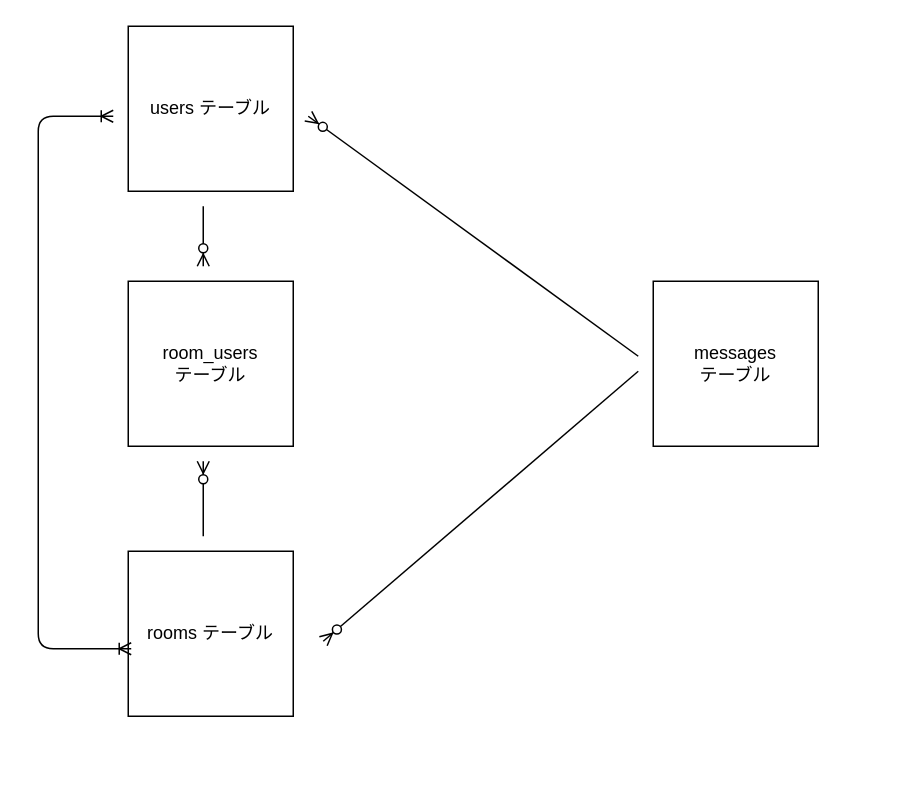
Above: ER図.dio in tomotim/chat-app (draw.io), before the change. Source tidied: cells renumbered, new cells numbered last; positions are measured from the earlier drawing's top-left corner, leaving out a move shared by most shapes. Both pictures are drawn from the tidied source at 150%, with x=0, y=0 at pixel (38, 26).
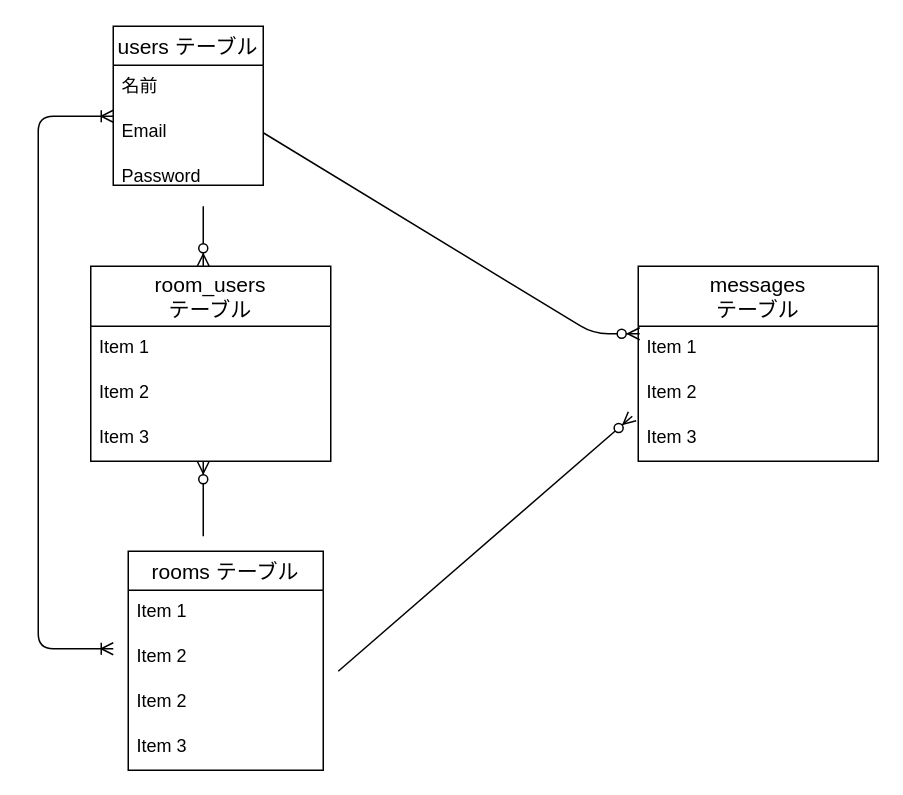
After the change.

Change to the diagram source:
```diff
@@
-    <mxCell id="2" value="users テーブル" style="whiteSpace=wrap;html=1;" parent="1" vertex="1">
-      <mxGeometry x="60" width="110" height="110" as="geometry" />
-    </mxCell>
-    <mxCell id="3" value="messages&lt;br&gt;テーブル" style="whiteSpace=wrap;html=1;" parent="1" vertex="1">
-      <mxGeometry x="410" y="170" width="110" height="110" as="geometry" />
-    </mxCell>
-    <mxCell id="4" value="room_users&lt;br&gt;テーブル" style="whiteSpace=wrap;html=1;" parent="1" vertex="1">
-      <mxGeometry x="60" y="170" width="110" height="110" as="geometry" />
-    </mxCell>
-    <mxCell id="5" value="rooms テーブル" style="whiteSpace=wrap;html=1;" parent="1" vertex="1">
-      <mxGeometry x="60" y="350" width="110" height="110" as="geometry" />
-    </mxCell>
@@
-    <mxCell id="8" style="fontSize=12;html=1;endArrow=ERoneToMany;startArrow=ERoneToMany;exitX=0.018;exitY=0.591;exitDx=0;exitDy=0;exitPerimeter=0;" parent="1" edge="1" source="5">
+    <mxCell id="8" style="fontSize=12;html=1;endArrow=ERoneToMany;startArrow=ERoneToMany;" parent="1" edge="1">
       <mxGeometry relative="1" as="geometry">
+        <mxPoint x="50" y="415" as="sourcePoint" />
         <mxPoint x="50" y="60" as="targetPoint" />
         <Array as="points">
           <mxPoint y="415" />
           <mxPoint y="60" />
         </Array>
       </mxGeometry>
     </mxCell>
-    <mxCell id="9" style="fontSize=12;html=1;endArrow=ERzeroToMany;endFill=1;" parent="1" edge="1">
+    <mxCell id="9" style="fontSize=12;html=1;endArrow=ERzeroToMany;endFill=1;entryX=-0.025;entryY=0;entryDx=0;entryDy=0;entryPerimeter=0;" parent="1" edge="1" target="23">
       <mxGeometry relative="1" as="geometry">
-        <mxPoint x="400" y="230" as="sourcePoint" />
-        <mxPoint x="190" y="410" as="targetPoint" />
+        <mxPoint x="200" y="430" as="sourcePoint" />
       </mxGeometry>
     </mxCell>
+    <mxCell id="2" value="users テーブル" style="swimlane;fontStyle=0;horizontal=1;startSize=26;align=center;fontSize=14;" parent="1" vertex="1">
+      <mxGeometry x="50" width="100" height="106" as="geometry" />
+    </mxCell>
+    <mxCell id="11" value="名前&#10;" style="text;strokeColor=none;fillColor=none;spacingLeft=4;spacingRight=4;overflow=hidden;fontSize=12;" parent="2" vertex="1">
+      <mxGeometry y="26" width="100" height="30" as="geometry" />
+    </mxCell>
+    <mxCell id="12" value="Email" style="text;strokeColor=none;fillColor=none;spacingLeft=4;spacingRight=4;overflow=hidden;points=[[0,0.5],[1,0.5]];portConstraint=eastwest;fontSize=12;" parent="2" vertex="1">
+      <mxGeometry y="56" width="100" height="30" as="geometry" />
+    </mxCell>
+    <mxCell id="13" value="Password" style="text;strokeColor=none;fillColor=none;spacingLeft=4;spacingRight=4;overflow=hidden;fontSize=12;" parent="2" vertex="1">
+      <mxGeometry y="86" width="100" height="20" as="geometry" />
+    </mxCell>
+    <mxCell id="4" value="room_users&#10;テーブル" style="swimlane;fontStyle=0;horizontal=1;startSize=40;align=center;fontSize=14;" parent="1" vertex="1">
+      <mxGeometry x="35" y="160" width="160" height="130" as="geometry" />
+    </mxCell>
+    <mxCell id="14" value="Item 1" style="text;strokeColor=none;fillColor=none;spacingLeft=4;spacingRight=4;overflow=hidden;fontSize=12;" parent="4" vertex="1">
+      <mxGeometry y="40" width="160" height="30" as="geometry" />
+    </mxCell>
+    <mxCell id="15" value="Item 2" style="text;strokeColor=none;fillColor=none;spacingLeft=4;spacingRight=4;overflow=hidden;fontSize=12;" parent="4" vertex="1">
+      <mxGeometry y="70" width="160" height="30" as="geometry" />
+    </mxCell>
+    <mxCell id="16" value="Item 3" style="text;strokeColor=none;fillColor=none;spacingLeft=4;spacingRight=4;overflow=hidden;fontSize=12;" parent="4" vertex="1">
+      <mxGeometry y="100" width="160" height="30" as="geometry" />
+    </mxCell>
+    <mxCell id="5" value="rooms テーブル" style="swimlane;fontStyle=0;horizontal=1;startSize=26;align=center;fontSize=14;" parent="1" vertex="1">
+      <mxGeometry x="60" y="350" width="130" height="146" as="geometry" />
+    </mxCell>
+    <mxCell id="17" value="Item 1" style="text;strokeColor=none;fillColor=none;spacingLeft=4;spacingRight=4;overflow=hidden;fontSize=12;" parent="5" vertex="1">
+      <mxGeometry y="26" width="130" height="30" as="geometry" />
+    </mxCell>
+    <mxCell id="18" value="Item 2" style="text;strokeColor=none;fillColor=none;spacingLeft=4;spacingRight=4;overflow=hidden;fontSize=12;" parent="5" vertex="1">
+      <mxGeometry y="56" width="130" height="30" as="geometry" />
+    </mxCell>
+    <mxCell id="19" value="Item 2" style="text;strokeColor=none;fillColor=none;spacingLeft=4;spacingRight=4;overflow=hidden;fontSize=12;" parent="5" vertex="1">
+      <mxGeometry y="86" width="130" height="30" as="geometry" />
+    </mxCell>
+    <mxCell id="20" value="Item 3" style="text;strokeColor=none;fillColor=none;spacingLeft=4;spacingRight=4;overflow=hidden;fontSize=12;" parent="5" vertex="1">
+      <mxGeometry y="116" width="130" height="30" as="geometry" />
+    </mxCell>
+    <mxCell id="3" value="messages&#10;テーブル" style="swimlane;fontStyle=0;horizontal=1;startSize=40;align=center;fontSize=14;" parent="1" vertex="1">
+      <mxGeometry x="400" y="160" width="160" height="130" as="geometry" />
+    </mxCell>
+    <mxCell id="21" value="Item 1" style="text;strokeColor=none;fillColor=none;spacingLeft=4;spacingRight=4;overflow=hidden;points=[[0,0.5],[1,0.5]];portConstraint=eastwest;fontSize=12;" parent="3" vertex="1">
+      <mxGeometry y="40" width="160" height="30" as="geometry" />
+    </mxCell>
+    <mxCell id="22" value="Item 2" style="text;strokeColor=none;fillColor=none;spacingLeft=4;spacingRight=4;overflow=hidden;fontSize=12;" parent="3" vertex="1">
+      <mxGeometry y="70" width="160" height="30" as="geometry" />
+    </mxCell>
+    <mxCell id="23" value="Item 3" style="text;strokeColor=none;fillColor=none;spacingLeft=4;spacingRight=4;overflow=hidden;points=[[0,0.5],[1,0.5]];portConstraint=eastwest;fontSize=12;" parent="3" vertex="1">
+      <mxGeometry y="100" width="160" height="30" as="geometry" />
+    </mxCell>
-    <mxCell id="10" style="fontSize=12;html=1;endArrow=ERzeroToMany;endFill=1;" parent="1" edge="1">
+    <mxCell id="10" style="fontSize=12;html=1;endArrow=ERzeroToMany;endFill=1;exitX=1;exitY=0.5;exitDx=0;exitDy=0;entryX=0.006;entryY=0.167;entryDx=0;entryDy=0;entryPerimeter=0;" parent="1" edge="1" source="12" target="21">
       <mxGeometry relative="1" as="geometry">
-        <mxPoint x="400" y="220" as="sourcePoint" />
-        <mxPoint x="180" y="60" as="targetPoint" />
+        <Array as="points">
+          <mxPoint x="370" y="205" />
+        </Array>
       </mxGeometry>
     </mxCell>
```
